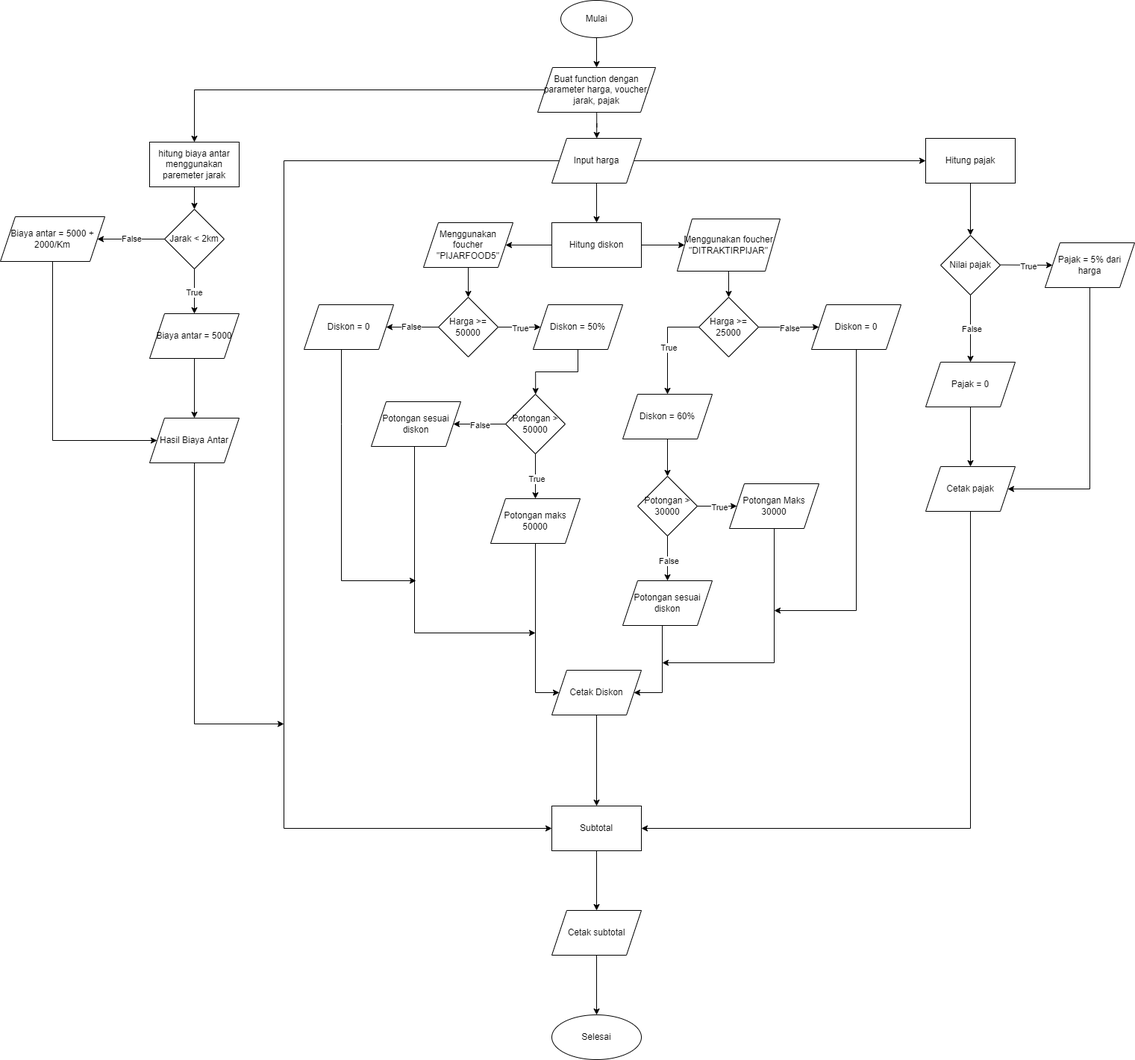
Earlier version of the draw.io export Soal2.png (IchsanR/codeImplementation). Source tidied: cells renumbered, new cells last; positions are measured from the earlier drawing's top-left corner, leaving out a move shared by most shapes.
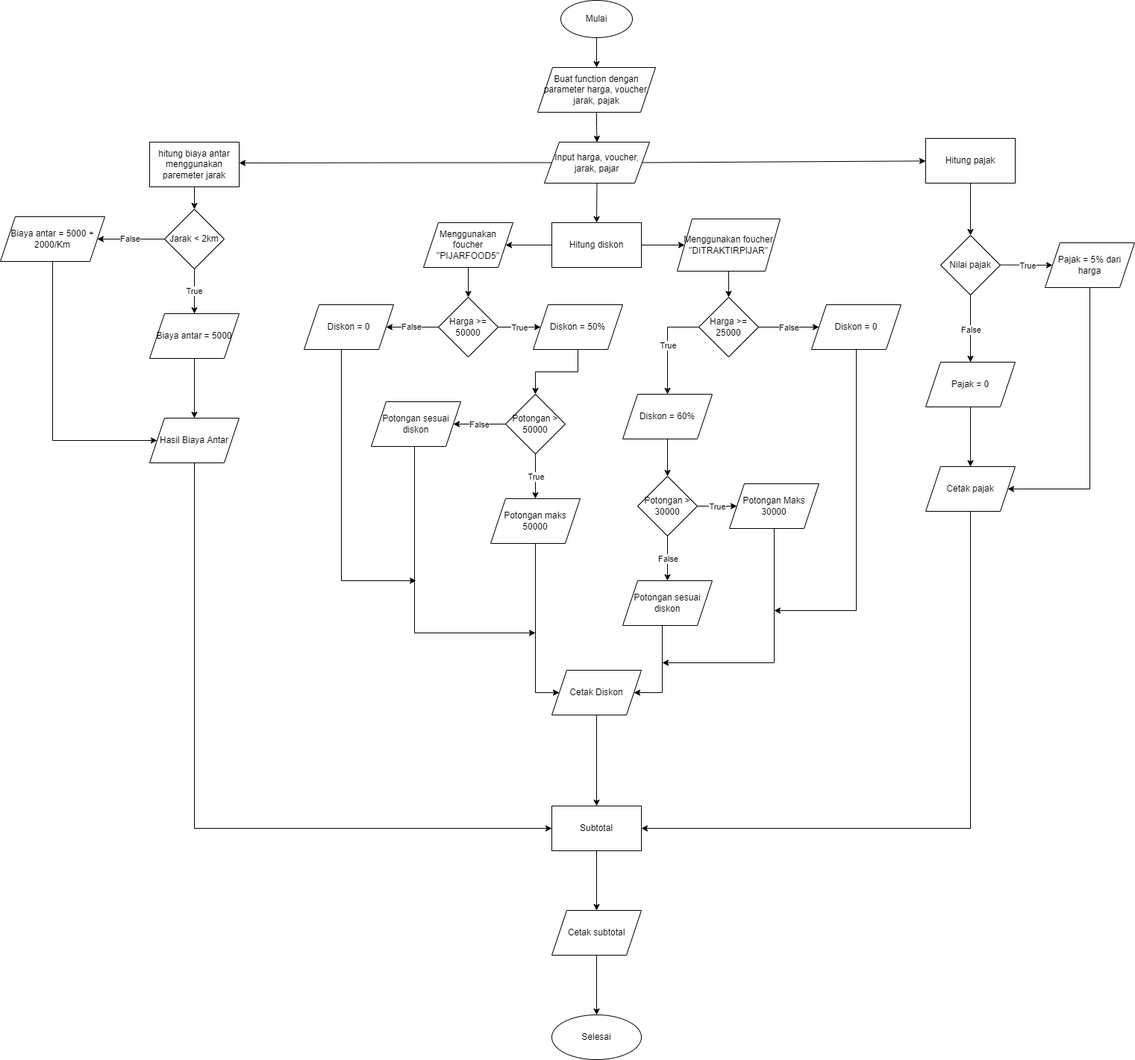
After the commit.

What changed in the source:
```diff
@@ -5,8 +5,10 @@
     <mxCell id="2" value="Mulai" style="ellipse;whiteSpace=wrap;html=1;" parent="1" vertex="1">
       <mxGeometry x="751" width="96" height="50" as="geometry" />
     </mxCell>
-    <mxCell id="3" style="edgeStyle=orthogonalEdgeStyle;rounded=0;jettySize=auto;html=1;exitX=0;exitY=0.5;exitDx=0;exitDy=0;" parent="1" edge="1" source="8" target="5">
-      <mxGeometry relative="1" as="geometry" />
+    <mxCell id="3" style="edgeStyle=orthogonalEdgeStyle;rounded=0;jettySize=auto;html=1;exitX=0;exitY=0.5;exitDx=0;exitDy=0;" parent="1" edge="1" source="71">
+      <mxGeometry relative="1" as="geometry">
+        <mxPoint x="320" y="218" as="targetPoint" />
+      </mxGeometry>
     </mxCell>
     <mxCell id="4" style="edgeStyle=orthogonalEdgeStyle;rounded=0;jettySize=auto;html=1;" parent="1" edge="1" source="5" target="6">
       <mxGeometry relative="1" as="geometry" />
@@ -264,8 +266,8 @@
         </Array>
       </mxGeometry>
     </mxCell>
-    <mxCell id="71" value="Input harga" style="shape=parallelogram;perimeter=parallelogramPerimeter;whiteSpace=wrap;html=1;fixedSize=1;" parent="1" vertex="1">
-      <mxGeometry x="739" y="185" width="120" height="60" as="geometry" />
+    <mxCell id="71" value="Input harga, voucher, jarak, pajar" style="shape=parallelogram;perimeter=parallelogramPerimeter;whiteSpace=wrap;html=1;fixedSize=1;" parent="1" vertex="1">
+      <mxGeometry x="729" y="190" width="141" height="55" as="geometry" />
     </mxCell>
     <mxCell id="72" style="endArrow=classic;html=1;rounded=0;exitX=0.5;exitY=1;exitDx=0;exitDy=0;" parent="1" edge="1" source="2" target="8">
       <mxGeometry relative="1" as="geometry" />
@@ -282,14 +284,6 @@
     <mxCell id="76" value="Subtotal" style="rounded=0;whiteSpace=wrap;html=1;" parent="1" vertex="1">
       <mxGeometry x="739" y="1080" width="120" height="60" as="geometry" />
     </mxCell>
-    <mxCell id="77" style="endArrow=classic;html=1;rounded=0;exitX=0;exitY=0.5;exitDx=0;exitDy=0;entryX=0;entryY=0.5;entryDx=0;entryDy=0;" parent="1" edge="1" source="71" target="76">
-      <mxGeometry relative="1" as="geometry">
-        <Array as="points">
-          <mxPoint x="380" y="215" />
-          <mxPoint x="380" y="1110" />
-        </Array>
-      </mxGeometry>
-    </mxCell>
     <mxCell id="78" style="endArrow=classic;html=1;rounded=0;exitX=0.5;exitY=1;exitDx=0;exitDy=0;" parent="1" edge="1" source="52" target="76">
       <mxGeometry relative="1" as="geometry" />
     </mxCell>
@@ -300,11 +294,10 @@
         </Array>
       </mxGeometry>
     </mxCell>
-    <mxCell id="80" style="endArrow=classic;html=1;rounded=0;exitX=0.5;exitY=1;exitDx=0;exitDy=0;" parent="1" edge="1" source="20">
+    <mxCell id="80" style="endArrow=classic;html=1;rounded=0;exitX=0.5;exitY=1;exitDx=0;exitDy=0;entryX=0;entryY=0.5;entryDx=0;entryDy=0;" parent="1" edge="1" source="20" target="76">
       <mxGeometry relative="1" as="geometry">
-        <mxPoint x="380" y="970" as="targetPoint" />
         <Array as="points">
-          <mxPoint x="260" y="970" />
+          <mxPoint x="260" y="1110" />
         </Array>
       </mxGeometry>
     </mxCell>
```
